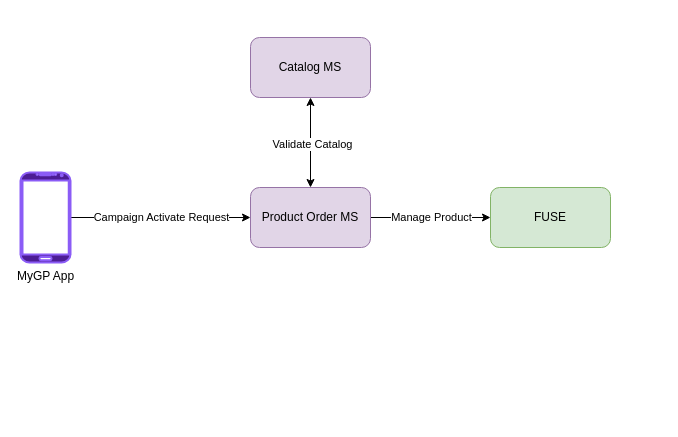
Before: Purchase Request with Balance.drawio in theasad/draw.io, a draw.io diagram. Source tidied: cells renumbered, new cells numbered last; positions are measured from the earlier drawing's top-left corner, leaving out a move shared by most shapes. Both pictures are drawn from the tidied source at 100%, with x=0, y=0 at pixel (20, 37).
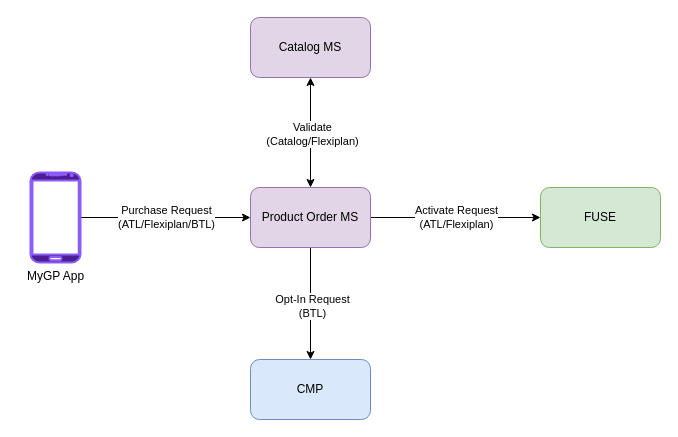
After the change.

The edit, as a diff of the source:
```diff
@@
 <mxGraphModel>
   <root>
     <mxCell id="0" />
     <mxCell id="1" parent="0" />
     <mxCell id="2" style="endArrow=classic;html=1;rounded=0;entryX=0;entryY=0.5;entryDx=0;entryDy=0;" parent="1" edge="1" source="4" target="7">
       <mxGeometry relative="1" as="geometry" />
     </mxCell>
-    <mxCell id="3" value="Campaign Activate Request" style="edgeLabel;html=1;align=center;verticalAlign=middle;" parent="2" vertex="1">
+    <mxCell id="3" value="Purchase Request&lt;br&gt;(ATL/Flexiplan/BTL)" style="edgeLabel;html=1;align=center;verticalAlign=middle;" parent="2" vertex="1">
       <mxGeometry relative="1" as="geometry">
         <mxPoint y="-1" as="offset" />
       </mxGeometry>
     </mxCell>
     <mxCell id="4" value="MyGP App" style="verticalLabelPosition=bottom;verticalAlign=top;html=1;shadow=0;dashed=0;outlineConnect=0;shape=mxgraph.android.phone2;fillColor=#4c1d95;strokeColor=#8b5cf6;strokeWidth=2;" parent="1" vertex="1">
-      <mxGeometry y="135" width="50" height="90" as="geometry" />
+      <mxGeometry x="10" y="135" width="50" height="90" as="geometry" />
     </mxCell>
     <mxCell id="5" style="edgeStyle=orthogonalEdgeStyle;rounded=0;jettySize=auto;html=1;exitX=1;exitY=0.5;exitDx=0;exitDy=0;" parent="1" edge="1" source="7" target="8">
       <mxGeometry relative="1" as="geometry" />
     </mxCell>
-    <mxCell id="6" value="Manage Product" style="edgeLabel;html=1;align=center;verticalAlign=middle;" parent="5" vertex="1">
+    <mxCell id="6" value="Activate Request&lt;br&gt;(ATL/Flexiplan)" style="edgeLabel;html=1;align=center;verticalAlign=middle;" parent="5" vertex="1">
       <mxGeometry y="3" relative="1" as="geometry">
         <mxPoint y="2" as="offset" />
       </mxGeometry>
     </mxCell>
+    <mxCell id="12" style="edgeStyle=orthogonalEdgeStyle;rounded=0;jettySize=auto;html=1;exitX=0.5;exitY=1;exitDx=0;exitDy=0;entryX=0.5;entryY=0;entryDx=0;entryDy=0;" parent="1" edge="1" source="7" target="14">
+      <mxGeometry relative="1" as="geometry" />
+    </mxCell>
+    <mxCell id="13" value="Opt-In Request&lt;br&gt;(BTL)" style="edgeLabel;html=1;align=center;verticalAlign=middle;" parent="12" vertex="1">
+      <mxGeometry x="0.01" relative="1" as="geometry">
+        <mxPoint x="1" y="1" as="offset" />
+      </mxGeometry>
+    </mxCell>
     <mxCell id="7" value="Product Order MS" style="rounded=1;whiteSpace=wrap;html=1;fillColor=#e1d5e7;strokeColor=#9673a6;" parent="1" vertex="1">
       <mxGeometry x="230" y="150" width="120" height="60" as="geometry" />
     </mxCell>
-    <mxCell id="8" value="FUSE" style="rounded=1;whiteSpace=wrap;html=1;fillColor=#d5e8d4;strokeColor=#82b366;" parent="1" vertex="1">
-      <mxGeometry x="470" y="150" width="120" height="60" as="geometry" />
-    </mxCell>
     <mxCell id="9" value="Catalog MS" style="rounded=1;whiteSpace=wrap;html=1;fillColor=#e1d5e7;strokeColor=#9673a6;" parent="1" vertex="1">
-      <mxGeometry x="230" width="120" height="60" as="geometry" />
+      <mxGeometry x="230" y="-20" width="120" height="60" as="geometry" />
     </mxCell>
     <mxCell id="10" style="endArrow=classic;startArrow=classic;html=1;rounded=0;exitX=0.5;exitY=0;exitDx=0;exitDy=0;entryX=0.5;entryY=1;entryDx=0;entryDy=0;" parent="1" edge="1" source="7" target="9">
       <mxGeometry relative="1" as="geometry" />
     </mxCell>
-    <mxCell id="11" value="Validate Catalog" style="edgeLabel;html=1;align=center;verticalAlign=middle;" parent="10" vertex="1">
+    <mxCell id="11" value="Validate&lt;br&gt;(Catalog/Flexiplan)" style="edgeLabel;html=1;align=center;verticalAlign=middle;" parent="10" vertex="1">
       <mxGeometry x="-0.02" y="-1" relative="1" as="geometry" />
     </mxCell>
+    <mxCell id="8" value="FUSE" style="rounded=1;whiteSpace=wrap;html=1;fillColor=#d5e8d4;strokeColor=#82b366;align=center;" parent="1" vertex="1">
+      <mxGeometry x="520" y="150" width="120" height="60" as="geometry" />
+    </mxCell>
+    <mxCell id="14" value="&lt;div&gt;CMP&lt;br&gt;&lt;/div&gt;" style="rounded=1;whiteSpace=wrap;html=1;fillColor=#dae8fc;strokeColor=#6c8ebf;" parent="1" vertex="1">
+      <mxGeometry x="230" y="322" width="120" height="60" as="geometry" />
+    </mxCell>
   </root>
 </mxGraphModel>
```
